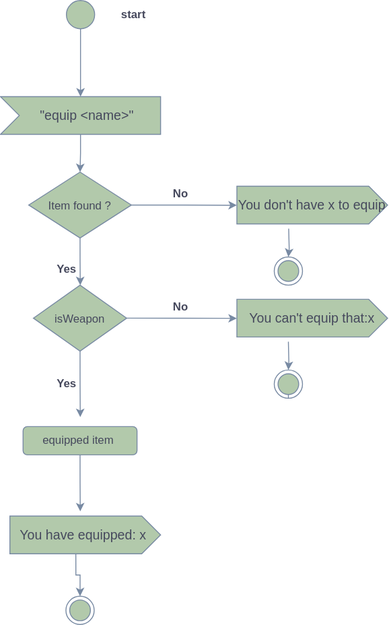
Above: src/Uge39_Adventure/aktivitetsdiagram.svg in CarlWesterlind/Adventuregame (draw.io), before the change. Source tidied: cells renumbered, new cells last; positions are measured from the earlier drawing's top-left corner, leaving out a move shared by most shapes.
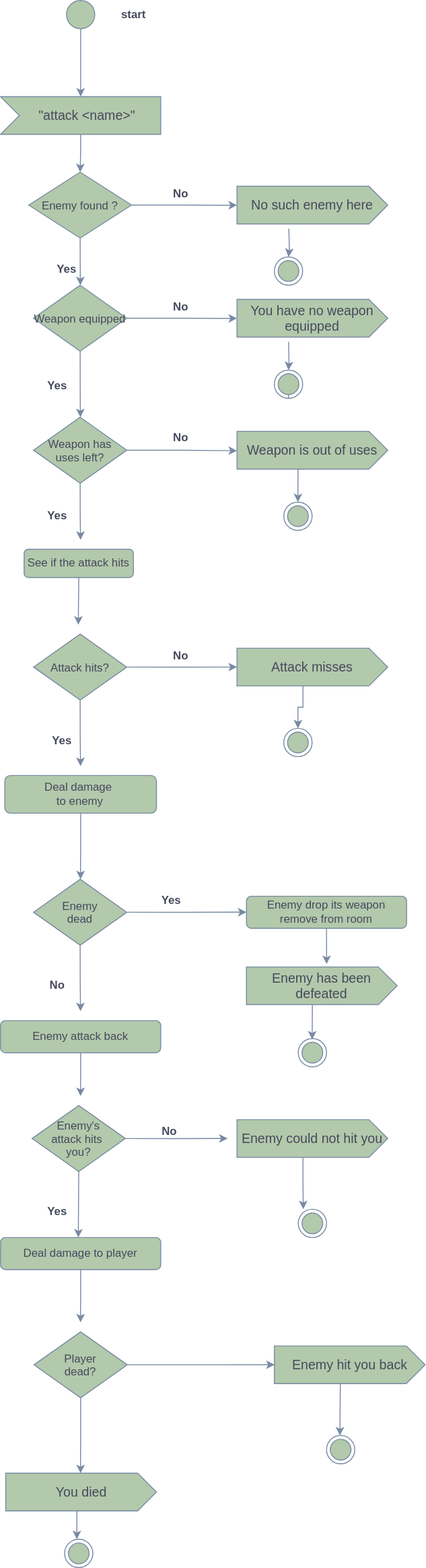
Above is the later version.

Commit message:
har gjort ativitesdiagram för attack

Diff of the diagram source:
```diff
@@ -8,7 +8,7 @@
     <mxCell id="3" style="edgeStyle=orthogonalEdgeStyle;rounded=0;jettySize=auto;html=1;exitX=0;exitY=0;exitDx=85;exitDy=40;exitPerimeter=0;entryX=0.5;entryY=0;entryDx=0;entryDy=0;labelBackgroundColor=none;fontColor=default;strokeColor=#788AA3;" parent="1" edge="1" source="4" target="9">
       <mxGeometry relative="1" as="geometry" />
     </mxCell>
-    <mxCell id="4" value="&quot;equip &amp;lt;name&amp;gt;&quot;" style="html=1;shape=mxgraph.infographic.ribbonSimple;notch1=20;notch2=0;align=center;verticalAlign=middle;fontSize=14;fontStyle=0;flipH=0;spacingRight=0;spacingLeft=14;whiteSpace=wrap;labelBackgroundColor=none;fillColor=#B2C9AB;strokeColor=#788AA3;fontColor=#46495D;" parent="1" vertex="1">
+    <mxCell id="4" value="&quot;attack &amp;lt;name&amp;gt;&quot;" style="html=1;shape=mxgraph.infographic.ribbonSimple;notch1=20;notch2=0;align=center;verticalAlign=middle;fontSize=14;fontStyle=0;flipH=0;spacingRight=0;spacingLeft=14;whiteSpace=wrap;labelBackgroundColor=none;fillColor=#B2C9AB;strokeColor=#788AA3;fontColor=#46495D;" parent="1" vertex="1">
       <mxGeometry y="102" width="170" height="40" as="geometry" />
     </mxCell>
     <mxCell id="5" style="ellipse;html=1;labelBackgroundColor=none;fillColor=#B2C9AB;strokeColor=#788AA3;fontColor=#46495D;" parent="1" vertex="1">
@@ -27,7 +27,7 @@
         <mxPoint x="84.7" y="302" as="targetPoint" />
       </mxGeometry>
     </mxCell>
-    <mxCell id="9" value="Item found ?" style="rhombus;labelBackgroundColor=none;fillColor=#B2C9AB;strokeColor=#788AA3;fontColor=#46495D;" parent="1" vertex="1">
+    <mxCell id="9" value="Enemy found ?" style="rhombus;labelBackgroundColor=none;fillColor=#B2C9AB;strokeColor=#788AA3;fontColor=#46495D;" parent="1" vertex="1">
       <mxGeometry x="30" y="182" width="109" height="70" as="geometry" />
     </mxCell>
     <mxCell id="10" value="No" style="text;align=center;fontStyle=1;verticalAlign=middle;spacingLeft=3;spacingRight=3;strokeColor=none;html=1;labelBackgroundColor=none;fontColor=#46495D;" parent="1" vertex="1">
@@ -54,7 +54,7 @@
         <mxPoint x="84.7" y="442" as="targetPoint" />
       </mxGeometry>
     </mxCell>
-    <mxCell id="16" value="isWeapon" style="rhombus;labelBackgroundColor=none;fillColor=#B2C9AB;strokeColor=#788AA3;fontColor=#46495D;" parent="1" vertex="1">
+    <mxCell id="16" value="Weapon equipped" style="rhombus;labelBackgroundColor=none;fillColor=#B2C9AB;strokeColor=#788AA3;fontColor=#46495D;" parent="1" vertex="1">
       <mxGeometry x="35" y="302" width="99" height="70" as="geometry" />
     </mxCell>
     <mxCell id="17" value="No" style="text;align=center;fontStyle=1;verticalAlign=middle;spacingLeft=3;spacingRight=3;strokeColor=none;html=1;labelBackgroundColor=none;fontColor=#46495D;" parent="1" vertex="1">
@@ -74,30 +74,208 @@
       <mxGeometry x="290.7" y="392" width="30" height="30" as="geometry" />
     </mxCell>
     <mxCell id="21" value="Yes" style="text;align=center;fontStyle=1;verticalAlign=middle;spacingLeft=3;spacingRight=3;strokeColor=none;html=1;labelBackgroundColor=none;fontColor=#46495D;" parent="1" vertex="1">
-      <mxGeometry x="30" y="394" width="80" height="26" as="geometry" />
+      <mxGeometry x="20" y="396" width="80" height="26" as="geometry" />
     </mxCell>
-    <mxCell id="22" style="edgeStyle=orthogonalEdgeStyle;rounded=0;jettySize=auto;html=1;exitX=0.5;exitY=1;exitDx=0;exitDy=0;labelBackgroundColor=none;fontColor=default;strokeColor=#788AA3;" parent="1" edge="1" source="23">
-      <mxGeometry relative="1" as="geometry">
-        <mxPoint x="84.7" y="542" as="targetPoint" />
-      </mxGeometry>
-    </mxCell>
-    <mxCell id="23" value="equipped item&amp;nbsp;" style="rounded=1;whiteSpace=wrap;html=1;labelBackgroundColor=none;fillColor=#B2C9AB;strokeColor=#788AA3;fontColor=#46495D;" parent="1" vertex="1">
-      <mxGeometry x="24" y="452" width="121" height="30" as="geometry" />
-    </mxCell>
-    <mxCell id="24" style="edgeStyle=orthogonalEdgeStyle;rounded=0;jettySize=auto;html=1;exitX=0;exitY=0;exitDx=70;exitDy=40;exitPerimeter=0;entryX=0.5;entryY=0;entryDx=0;entryDy=0;labelBackgroundColor=none;fontColor=default;strokeColor=#788AA3;" parent="1" edge="1" source="25" target="26">
-      <mxGeometry relative="1" as="geometry" />
-    </mxCell>
-    <mxCell id="25" value="You have equipped: x&amp;nbsp;" style="html=1;shape=mxgraph.infographic.ribbonSimple;notch1=0;notch2=20;align=center;verticalAlign=middle;fontSize=14;fontStyle=0;whiteSpace=wrap;labelBackgroundColor=none;fillColor=#B2C9AB;strokeColor=#788AA3;fontColor=#46495D;" parent="1" vertex="1">
-      <mxGeometry x="10" y="547" width="160" height="40" as="geometry" />
-    </mxCell>
-    <mxCell id="26" style="ellipse;html=1;shape=endState;labelBackgroundColor=none;fillColor=#B2C9AB;strokeColor=#788AA3;fontColor=#46495D;" parent="1" vertex="1">
-      <mxGeometry x="69.5" y="632" width="30" height="30" as="geometry" />
-    </mxCell>
-    <mxCell id="27" value="You can't equip that:x" style="html=1;shape=mxgraph.infographic.ribbonSimple;notch1=0;notch2=20;align=center;verticalAlign=middle;fontSize=14;fontStyle=0;whiteSpace=wrap;labelBackgroundColor=none;fillColor=#B2C9AB;strokeColor=#788AA3;fontColor=#46495D;" parent="1" vertex="1">
+    <mxCell id="27" value="You have no weapon equipped" style="html=1;shape=mxgraph.infographic.ribbonSimple;notch1=0;notch2=20;align=center;verticalAlign=middle;fontSize=14;fontStyle=0;whiteSpace=wrap;labelBackgroundColor=none;fillColor=#B2C9AB;strokeColor=#788AA3;fontColor=#46495D;" parent="1" vertex="1">
       <mxGeometry x="251" y="317" width="160" height="40" as="geometry" />
     </mxCell>
-    <mxCell id="28" value="You don't have x to equip" style="html=1;shape=mxgraph.infographic.ribbonSimple;notch1=0;notch2=20;align=center;verticalAlign=middle;fontSize=14;fontStyle=0;whiteSpace=wrap;labelBackgroundColor=none;fillColor=#B2C9AB;strokeColor=#788AA3;fontColor=#46495D;" parent="1" vertex="1">
+    <mxCell id="28" value="No such enemy here" style="html=1;shape=mxgraph.infographic.ribbonSimple;notch1=0;notch2=20;align=center;verticalAlign=middle;fontSize=14;fontStyle=0;whiteSpace=wrap;labelBackgroundColor=none;fillColor=#B2C9AB;strokeColor=#788AA3;fontColor=#46495D;" parent="1" vertex="1">
       <mxGeometry x="251" y="197" width="160" height="40" as="geometry" />
     </mxCell>
+    <mxCell id="29" style="edgeStyle=orthogonalEdgeStyle;rounded=0;jettySize=auto;html=1;exitX=1;exitY=0.5;exitDx=0;exitDy=0;strokeColor=#788AA3;fontColor=#46495D;fillColor=#B2C9AB;" parent="1" edge="1" source="31">
+      <mxGeometry relative="1" as="geometry">
+        <mxPoint x="251" y="477.5" as="targetPoint" />
+      </mxGeometry>
+    </mxCell>
+    <mxCell id="30" style="edgeStyle=orthogonalEdgeStyle;rounded=0;jettySize=auto;html=1;exitX=0.5;exitY=1;exitDx=0;exitDy=0;strokeColor=#788AA3;fontColor=#46495D;fillColor=#B2C9AB;" parent="1" edge="1" source="31">
+      <mxGeometry relative="1" as="geometry">
+        <mxPoint x="84.9" y="572" as="targetPoint" />
+      </mxGeometry>
+    </mxCell>
+    <mxCell id="31" value="Weapon has &#10;uses left?" style="rhombus;labelBackgroundColor=none;fillColor=#B2C9AB;strokeColor=#788AA3;fontColor=#46495D;" parent="1" vertex="1">
+      <mxGeometry x="35" y="442" width="99" height="70" as="geometry" />
+    </mxCell>
+    <mxCell id="32" value="No" style="text;align=center;fontStyle=1;verticalAlign=middle;spacingLeft=3;spacingRight=3;strokeColor=none;html=1;labelBackgroundColor=none;fontColor=#46495D;" parent="1" vertex="1">
+      <mxGeometry x="151" y="451" width="80" height="26" as="geometry" />
+    </mxCell>
+    <mxCell id="33" style="edgeStyle=orthogonalEdgeStyle;rounded=0;jettySize=auto;html=1;exitX=0;exitY=0;exitDx=70;exitDy=40;exitPerimeter=0;entryX=0.5;entryY=0;entryDx=0;entryDy=0;strokeColor=#788AA3;fontColor=#46495D;fillColor=#B2C9AB;" parent="1" edge="1" source="34" target="35">
+      <mxGeometry relative="1" as="geometry" />
+    </mxCell>
+    <mxCell id="34" value="Weapon is out of uses" style="html=1;shape=mxgraph.infographic.ribbonSimple;notch1=0;notch2=20;align=center;verticalAlign=middle;fontSize=14;fontStyle=0;whiteSpace=wrap;labelBackgroundColor=none;fillColor=#B2C9AB;strokeColor=#788AA3;fontColor=#46495D;" parent="1" vertex="1">
+      <mxGeometry x="251" y="457" width="160" height="40" as="geometry" />
+    </mxCell>
+    <mxCell id="35" style="ellipse;html=1;shape=endState;labelBackgroundColor=none;fillColor=#B2C9AB;strokeColor=#788AA3;fontColor=#46495D;" parent="1" vertex="1">
+      <mxGeometry x="300.7" y="532" width="30" height="30" as="geometry" />
+    </mxCell>
+    <mxCell id="36" style="edgeStyle=orthogonalEdgeStyle;rounded=0;jettySize=auto;html=1;exitX=0.5;exitY=1;exitDx=0;exitDy=0;strokeColor=#788AA3;fontColor=#46495D;fillColor=#B2C9AB;" parent="1" edge="1" source="37">
+      <mxGeometry relative="1" as="geometry">
+        <mxPoint x="82.5" y="662" as="targetPoint" />
+      </mxGeometry>
+    </mxCell>
+    <mxCell id="37" value="See if the attack hits" style="rounded=1;whiteSpace=wrap;html=1;strokeColor=#788AA3;fontColor=#46495D;fillColor=#B2C9AB;" parent="1" vertex="1">
+      <mxGeometry x="25" y="582" width="116" height="30" as="geometry" />
+    </mxCell>
+    <mxCell id="38" style="edgeStyle=orthogonalEdgeStyle;rounded=0;jettySize=auto;html=1;exitX=1;exitY=0.5;exitDx=0;exitDy=0;strokeColor=#788AA3;fontColor=#46495D;fillColor=#B2C9AB;" parent="1" edge="1" source="40">
+      <mxGeometry relative="1" as="geometry">
+        <mxPoint x="251" y="706.9" as="targetPoint" />
+      </mxGeometry>
+    </mxCell>
+    <mxCell id="39" style="edgeStyle=orthogonalEdgeStyle;rounded=0;jettySize=auto;html=1;exitX=0.5;exitY=1;exitDx=0;exitDy=0;strokeColor=#788AA3;fontColor=#46495D;fillColor=#B2C9AB;" parent="1" edge="1" source="40">
+      <mxGeometry relative="1" as="geometry">
+        <mxPoint x="84.9" y="812" as="targetPoint" />
+      </mxGeometry>
+    </mxCell>
+    <mxCell id="40" value="Attack hits?" style="rhombus;labelBackgroundColor=none;fillColor=#B2C9AB;strokeColor=#788AA3;fontColor=#46495D;" parent="1" vertex="1">
+      <mxGeometry x="35" y="672" width="99" height="70" as="geometry" />
+    </mxCell>
+    <mxCell id="41" style="edgeStyle=orthogonalEdgeStyle;rounded=0;jettySize=auto;html=1;exitX=0;exitY=0;exitDx=70;exitDy=40;exitPerimeter=0;entryX=0.5;entryY=0;entryDx=0;entryDy=0;strokeColor=#788AA3;fontColor=#46495D;fillColor=#B2C9AB;" parent="1" edge="1" source="42" target="43">
+      <mxGeometry relative="1" as="geometry" />
+    </mxCell>
+    <mxCell id="42" value="Attack misses" style="html=1;shape=mxgraph.infographic.ribbonSimple;notch1=0;notch2=20;align=center;verticalAlign=middle;fontSize=14;fontStyle=0;whiteSpace=wrap;labelBackgroundColor=none;fillColor=#B2C9AB;strokeColor=#788AA3;fontColor=#46495D;" parent="1" vertex="1">
+      <mxGeometry x="251" y="687" width="160" height="40" as="geometry" />
+    </mxCell>
+    <mxCell id="43" style="ellipse;html=1;shape=endState;labelBackgroundColor=none;fillColor=#B2C9AB;strokeColor=#788AA3;fontColor=#46495D;" parent="1" vertex="1">
+      <mxGeometry x="300.7" y="772" width="30" height="30" as="geometry" />
+    </mxCell>
+    <mxCell id="44" value="No" style="text;align=center;fontStyle=1;verticalAlign=middle;spacingLeft=3;spacingRight=3;strokeColor=none;html=1;labelBackgroundColor=none;fontColor=#46495D;" parent="1" vertex="1">
+      <mxGeometry x="151" y="682" width="80" height="26" as="geometry" />
+    </mxCell>
+    <mxCell id="45" value="Yes" style="text;align=center;fontStyle=1;verticalAlign=middle;spacingLeft=3;spacingRight=3;strokeColor=none;html=1;labelBackgroundColor=none;fontColor=#46495D;" parent="1" vertex="1">
+      <mxGeometry x="20" y="534" width="80" height="26" as="geometry" />
+    </mxCell>
+    <mxCell id="46" value="Yes" style="text;align=center;fontStyle=1;verticalAlign=middle;spacingLeft=3;spacingRight=3;strokeColor=none;html=1;labelBackgroundColor=none;fontColor=#46495D;" parent="1" vertex="1">
+      <mxGeometry x="25" y="772" width="80" height="26" as="geometry" />
+    </mxCell>
+    <mxCell id="47" style="edgeStyle=orthogonalEdgeStyle;rounded=0;jettySize=auto;html=1;exitX=0.5;exitY=1;exitDx=0;exitDy=0;strokeColor=#788AA3;fontColor=#46495D;fillColor=#B2C9AB;" parent="1" edge="1" source="48">
+      <mxGeometry relative="1" as="geometry">
+        <mxPoint x="84.9" y="932" as="targetPoint" />
+      </mxGeometry>
+    </mxCell>
+    <mxCell id="48" value="Deal damage&amp;nbsp;&lt;br&gt;to enemy" style="rounded=1;whiteSpace=wrap;html=1;strokeColor=#788AA3;fontColor=#46495D;fillColor=#B2C9AB;" parent="1" vertex="1">
+      <mxGeometry x="4.5" y="822" width="161" height="40" as="geometry" />
+    </mxCell>
+    <mxCell id="49" style="edgeStyle=orthogonalEdgeStyle;rounded=0;jettySize=auto;html=1;exitX=1;exitY=0.5;exitDx=0;exitDy=0;strokeColor=#788AA3;fontColor=#46495D;fillColor=#B2C9AB;" parent="1" edge="1" source="51">
+      <mxGeometry relative="1" as="geometry">
+        <mxPoint x="261" y="966.9" as="targetPoint" />
+      </mxGeometry>
+    </mxCell>
+    <mxCell id="50" style="edgeStyle=orthogonalEdgeStyle;rounded=0;jettySize=auto;html=1;exitX=0.5;exitY=1;exitDx=0;exitDy=0;strokeColor=#788AA3;fontColor=#46495D;fillColor=#B2C9AB;" parent="1" edge="1" source="51">
+      <mxGeometry relative="1" as="geometry">
+        <mxPoint x="84.9" y="1072" as="targetPoint" />
+      </mxGeometry>
+    </mxCell>
+    <mxCell id="51" value="Enemy&#10;dead" style="rhombus;labelBackgroundColor=none;fillColor=#B2C9AB;strokeColor=#788AA3;fontColor=#46495D;" parent="1" vertex="1">
+      <mxGeometry x="35" y="932" width="99" height="70" as="geometry" />
+    </mxCell>
+    <mxCell id="52" style="edgeStyle=orthogonalEdgeStyle;rounded=0;jettySize=auto;html=1;exitX=0;exitY=0;exitDx=70;exitDy=40;exitPerimeter=0;strokeColor=#788AA3;fontColor=#46495D;fillColor=#B2C9AB;" parent="1" edge="1" source="53">
+      <mxGeometry relative="1" as="geometry">
+        <mxPoint x="330.8" y="1102" as="targetPoint" />
+      </mxGeometry>
+    </mxCell>
+    <mxCell id="53" value="Enemy has been defeated" style="html=1;shape=mxgraph.infographic.ribbonSimple;notch1=0;notch2=20;align=center;verticalAlign=middle;fontSize=14;fontStyle=0;whiteSpace=wrap;labelBackgroundColor=none;fillColor=#B2C9AB;strokeColor=#788AA3;fontColor=#46495D;" parent="1" vertex="1">
+      <mxGeometry x="261" y="1025" width="160" height="40" as="geometry" />
+    </mxCell>
+    <mxCell id="54" value="Yes" style="text;align=center;fontStyle=1;verticalAlign=middle;spacingLeft=3;spacingRight=3;strokeColor=none;html=1;labelBackgroundColor=none;fontColor=#46495D;" parent="1" vertex="1">
+      <mxGeometry x="141" y="942" width="80" height="26" as="geometry" />
+    </mxCell>
+    <mxCell id="55" value="No" style="text;align=center;fontStyle=1;verticalAlign=middle;spacingLeft=3;spacingRight=3;strokeColor=none;html=1;labelBackgroundColor=none;fontColor=#46495D;" parent="1" vertex="1">
+      <mxGeometry x="20" y="1032" width="80" height="26" as="geometry" />
+    </mxCell>
+    <mxCell id="56" style="edgeStyle=orthogonalEdgeStyle;rounded=0;jettySize=auto;html=1;exitX=0.5;exitY=1;exitDx=0;exitDy=0;strokeColor=#788AA3;fontColor=#46495D;fillColor=#B2C9AB;" parent="1" edge="1" source="57">
+      <mxGeometry relative="1" as="geometry">
+        <mxPoint x="346.1" y="1022" as="targetPoint" />
+      </mxGeometry>
+    </mxCell>
+    <mxCell id="57" value="Enemy drop its weapon&lt;br&gt;remove from room" style="rounded=1;whiteSpace=wrap;html=1;strokeColor=#788AA3;fontColor=#46495D;fillColor=#B2C9AB;" parent="1" vertex="1">
+      <mxGeometry x="261" y="950" width="170" height="34" as="geometry" />
+    </mxCell>
+    <mxCell id="58" style="ellipse;html=1;shape=endState;labelBackgroundColor=none;fillColor=#B2C9AB;strokeColor=#788AA3;fontColor=#46495D;" parent="1" vertex="1">
+      <mxGeometry x="316" y="1101" width="30" height="30" as="geometry" />
+    </mxCell>
+    <mxCell id="59" style="edgeStyle=orthogonalEdgeStyle;rounded=0;jettySize=auto;html=1;exitX=0.5;exitY=1;exitDx=0;exitDy=0;strokeColor=#788AA3;fontColor=#46495D;fillColor=#B2C9AB;" parent="1" edge="1" source="60">
+      <mxGeometry relative="1" as="geometry">
+        <mxPoint x="84.9" y="1162" as="targetPoint" />
+      </mxGeometry>
+    </mxCell>
+    <mxCell id="60" value="Enemy attack back" style="rounded=1;whiteSpace=wrap;html=1;strokeColor=#788AA3;fontColor=#46495D;fillColor=#B2C9AB;" parent="1" vertex="1">
+      <mxGeometry y="1082" width="170" height="34" as="geometry" />
+    </mxCell>
+    <mxCell id="61" style="edgeStyle=orthogonalEdgeStyle;rounded=0;jettySize=auto;html=1;exitX=1;exitY=0.5;exitDx=0;exitDy=0;strokeColor=#788AA3;fontColor=#46495D;fillColor=#B2C9AB;" parent="1" edge="1" source="63">
+      <mxGeometry relative="1" as="geometry">
+        <mxPoint x="241" y="1206.9" as="targetPoint" />
+      </mxGeometry>
+    </mxCell>
+    <mxCell id="62" style="edgeStyle=orthogonalEdgeStyle;rounded=0;jettySize=auto;html=1;exitX=0.5;exitY=1;exitDx=0;exitDy=0;strokeColor=#788AA3;fontColor=#46495D;fillColor=#B2C9AB;" parent="1" edge="1" source="63">
+      <mxGeometry relative="1" as="geometry">
+        <mxPoint x="82.5" y="1312" as="targetPoint" />
+      </mxGeometry>
+    </mxCell>
+    <mxCell id="63" value="Enemy's&#10;attack hits &#10;you?" style="rhombus;labelBackgroundColor=none;fillColor=#B2C9AB;strokeColor=#788AA3;fontColor=#46495D;" parent="1" vertex="1">
+      <mxGeometry x="33.5" y="1172" width="99" height="70" as="geometry" />
+    </mxCell>
+    <mxCell id="64" style="edgeStyle=orthogonalEdgeStyle;rounded=0;jettySize=auto;html=1;exitX=0;exitY=0;exitDx=70;exitDy=40;exitPerimeter=0;strokeColor=#788AA3;fontColor=#46495D;fillColor=#B2C9AB;" parent="1" edge="1" source="65">
+      <mxGeometry relative="1" as="geometry">
+        <mxPoint x="321.4" y="1282" as="targetPoint" />
+        <Array as="points">
+          <mxPoint x="321" y="1254" />
+          <mxPoint x="321" y="1254" />
+        </Array>
+      </mxGeometry>
+    </mxCell>
+    <mxCell id="65" value="Enemy could not hit you" style="html=1;shape=mxgraph.infographic.ribbonSimple;notch1=0;notch2=20;align=center;verticalAlign=middle;fontSize=14;fontStyle=0;whiteSpace=wrap;labelBackgroundColor=none;fillColor=#B2C9AB;strokeColor=#788AA3;fontColor=#46495D;" parent="1" vertex="1">
+      <mxGeometry x="251" y="1187" width="160" height="40" as="geometry" />
+    </mxCell>
+    <mxCell id="66" value="Yes" style="text;align=center;fontStyle=1;verticalAlign=middle;spacingLeft=3;spacingRight=3;strokeColor=none;html=1;labelBackgroundColor=none;fontColor=#46495D;" parent="1" vertex="1">
+      <mxGeometry x="20" y="1272" width="80" height="26" as="geometry" />
+    </mxCell>
+    <mxCell id="67" value="No" style="text;align=center;fontStyle=1;verticalAlign=middle;spacingLeft=3;spacingRight=3;strokeColor=none;html=1;labelBackgroundColor=none;fontColor=#46495D;" parent="1" vertex="1">
+      <mxGeometry x="139" y="1187" width="80" height="26" as="geometry" />
+    </mxCell>
+    <mxCell id="68" style="ellipse;html=1;shape=endState;labelBackgroundColor=none;fillColor=#B2C9AB;strokeColor=#788AA3;fontColor=#46495D;" parent="1" vertex="1">
+      <mxGeometry x="316" y="1282" width="30" height="30" as="geometry" />
+    </mxCell>
+    <mxCell id="69" style="edgeStyle=orthogonalEdgeStyle;rounded=0;jettySize=auto;html=1;exitX=0.5;exitY=1;exitDx=0;exitDy=0;strokeColor=#788AA3;fontColor=#46495D;fillColor=#B2C9AB;" parent="1" edge="1" source="70">
+      <mxGeometry relative="1" as="geometry">
+        <mxPoint x="84.9" y="1402" as="targetPoint" />
+      </mxGeometry>
+    </mxCell>
+    <mxCell id="70" value="Deal damage to player" style="rounded=1;whiteSpace=wrap;html=1;strokeColor=#788AA3;fontColor=#46495D;fillColor=#B2C9AB;" parent="1" vertex="1">
+      <mxGeometry y="1312" width="170" height="34" as="geometry" />
+    </mxCell>
+    <mxCell id="71" style="edgeStyle=orthogonalEdgeStyle;rounded=0;jettySize=auto;html=1;exitX=1;exitY=0.5;exitDx=0;exitDy=0;strokeColor=#788AA3;fontColor=#46495D;fillColor=#B2C9AB;" parent="1" edge="1" source="73">
+      <mxGeometry relative="1" as="geometry">
+        <mxPoint x="291" y="1446.9" as="targetPoint" />
+      </mxGeometry>
+    </mxCell>
+    <mxCell id="72" style="edgeStyle=orthogonalEdgeStyle;rounded=0;jettySize=auto;html=1;exitX=0.5;exitY=1;exitDx=0;exitDy=0;strokeColor=#788AA3;fontColor=#46495D;fillColor=#B2C9AB;" parent="1" edge="1" source="73">
+      <mxGeometry relative="1" as="geometry">
+        <mxPoint x="84.9" y="1562" as="targetPoint" />
+      </mxGeometry>
+    </mxCell>
+    <mxCell id="73" value="Player&#10;dead?" style="rhombus;labelBackgroundColor=none;fillColor=#B2C9AB;strokeColor=#788AA3;fontColor=#46495D;" parent="1" vertex="1">
+      <mxGeometry x="35.5" y="1412" width="99" height="70" as="geometry" />
+    </mxCell>
+    <mxCell id="74" style="edgeStyle=orthogonalEdgeStyle;rounded=0;jettySize=auto;html=1;exitX=0;exitY=0;exitDx=70;exitDy=40;exitPerimeter=0;strokeColor=#788AA3;fontColor=#46495D;fillColor=#B2C9AB;" parent="1" edge="1" source="75">
+      <mxGeometry relative="1" as="geometry">
+        <mxPoint x="360.2" y="1522" as="targetPoint" />
+      </mxGeometry>
+    </mxCell>
+    <mxCell id="75" value="Enemy hit you back" style="html=1;shape=mxgraph.infographic.ribbonSimple;notch1=0;notch2=20;align=center;verticalAlign=middle;fontSize=14;fontStyle=0;whiteSpace=wrap;labelBackgroundColor=none;fillColor=#B2C9AB;strokeColor=#788AA3;fontColor=#46495D;" parent="1" vertex="1">
+      <mxGeometry x="290.7" y="1427" width="160" height="40" as="geometry" />
+    </mxCell>
+    <mxCell id="76" style="ellipse;html=1;shape=endState;labelBackgroundColor=none;fillColor=#B2C9AB;strokeColor=#788AA3;fontColor=#46495D;" parent="1" vertex="1">
+      <mxGeometry x="346" y="1522" width="30" height="30" as="geometry" />
+    </mxCell>
+    <mxCell id="77" style="edgeStyle=orthogonalEdgeStyle;rounded=0;jettySize=auto;html=1;exitX=0;exitY=0;exitDx=70;exitDy=40;exitPerimeter=0;strokeColor=#788AA3;fontColor=#46495D;fillColor=#B2C9AB;" parent="1" edge="1" source="78">
+      <mxGeometry relative="1" as="geometry">
+        <mxPoint x="81" y="1632" as="targetPoint" />
+      </mxGeometry>
+    </mxCell>
+    <mxCell id="78" value="You died" style="html=1;shape=mxgraph.infographic.ribbonSimple;notch1=0;notch2=20;align=center;verticalAlign=middle;fontSize=14;fontStyle=0;whiteSpace=wrap;labelBackgroundColor=none;fillColor=#B2C9AB;strokeColor=#788AA3;fontColor=#46495D;" parent="1" vertex="1">
+      <mxGeometry x="5.5" y="1562" width="160" height="40" as="geometry" />
+    </mxCell>
+    <mxCell id="79" style="ellipse;html=1;shape=endState;labelBackgroundColor=none;fillColor=#B2C9AB;strokeColor=#788AA3;fontColor=#46495D;" parent="1" vertex="1">
+      <mxGeometry x="68" y="1632" width="30" height="30" as="geometry" />
+    </mxCell>
   </root>
 </mxGraphModel>
```
